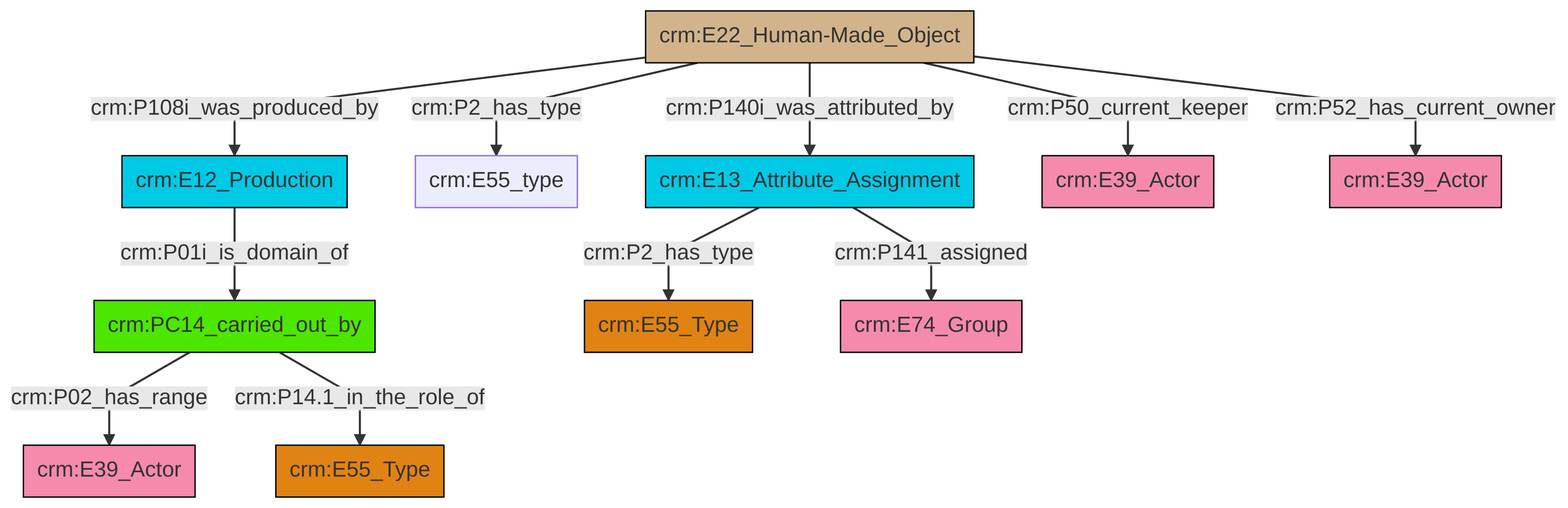
Above: et/artworkCSV/ttl/mmd/png/Artwork_Actor_Relations.png in swiss-art-research-net/reference-data-models (Mermaid), before the change. Its source is kept beside it as et/artworkCSV/ttl/mmd/Artwork_Actor_Relations.ttl.mmd.
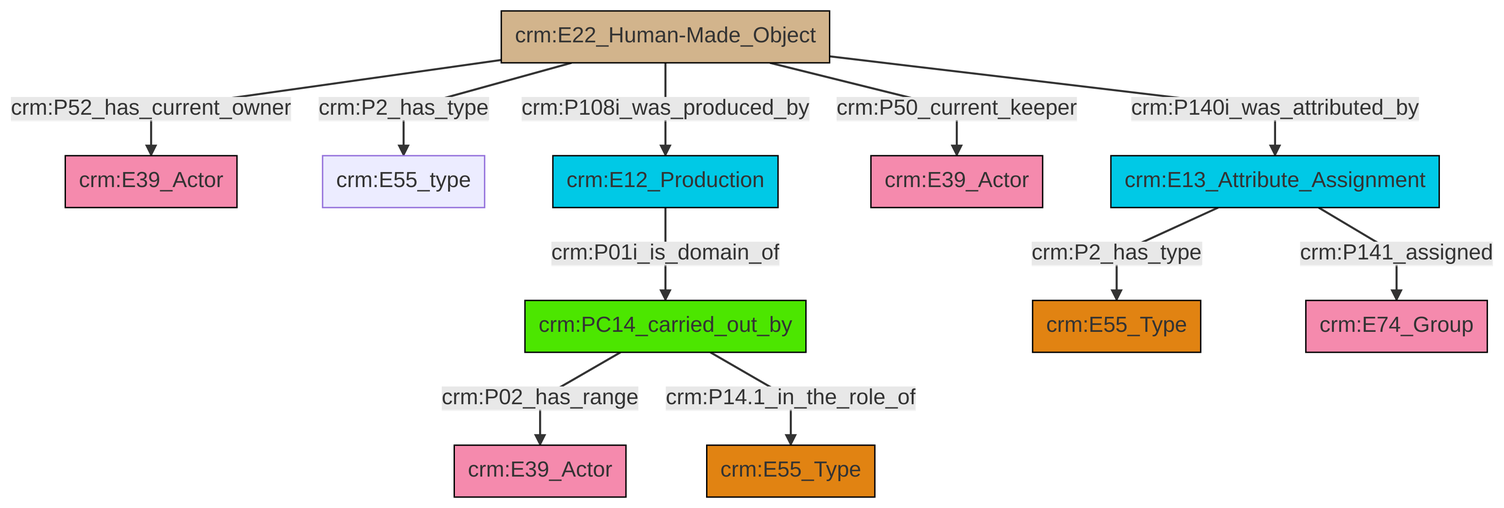
After the change.

What changed in the source:
```diff
@@ -13,13 +13,13 @@
 classDef PC_Classes fill:#4ce600, stroke:#000000;
 classDef Multi fill:#cccccc,stroke:#000000;
 
-2["crm:E12_Production"]:::Temporal_Entity -->|crm:P01i_is_domain_of| 3["crm:PC14_carried_out_by"]:::PC_Classes
-0["crm:E22_Human-Made_Object"]:::Physical_Thing -->|crm:P140i_was_attributed_by| 8["crm:E13_Attribute_Assignment"]:::Temporal_Entity
-8["crm:E13_Attribute_Assignment"]:::Temporal_Entity -->|crm:P141_assigned| 14["crm:E74_Group"]:::Actor
-3["crm:PC14_carried_out_by"]:::PC_Classes -->|crm:P02_has_range| 9["crm:E39_Actor"]:::Actor
-0["crm:E22_Human-Made_Object"]:::Physical_Thing -->|crm:P108i_was_produced_by| 2["crm:E12_Production"]:::Temporal_Entity
-0["crm:E22_Human-Made_Object"]:::Physical_Thing -->|crm:P50_current_keeper| 15["crm:E39_Actor"]:::Actor
-0["crm:E22_Human-Made_Object"]:::Physical_Thing -->|crm:P2_has_type| 4["crm:E55_type"]:::Default
-0["crm:E22_Human-Made_Object"]:::Physical_Thing -->|crm:P52_has_current_owner| 17["crm:E39_Actor"]:::Actor
-8["crm:E13_Attribute_Assignment"]:::Temporal_Entity -->|crm:P2_has_type| 6["crm:E55_Type"]:::Type
-3["crm:PC14_carried_out_by"]:::PC_Classes -->|crm:P14.1_in_the_role_of| 11["crm:E55_Type"]:::Type
+2["crm:E13_Attribute_Assignment"]:::Temporal_Entity -->|crm:P2_has_type| 3["crm:E55_Type"]:::Type
+4["crm:PC14_carried_out_by"]:::PC_Classes -->|crm:P02_has_range| 5["crm:E39_Actor"]:::Actor
+0["crm:E22_Human-Made_Object"]:::Physical_Thing -->|crm:P52_has_current_owner| 6["crm:E39_Actor"]:::Actor
+2["crm:E13_Attribute_Assignment"]:::Temporal_Entity -->|crm:P141_assigned| 9["crm:E74_Group"]:::Actor
+4["crm:PC14_carried_out_by"]:::PC_Classes -->|crm:P14.1_in_the_role_of| 10["crm:E55_Type"]:::Type
+0["crm:E22_Human-Made_Object"]:::Physical_Thing -->|crm:P2_has_type| 7["crm:E55_type"]:::Default
+0["crm:E22_Human-Made_Object"]:::Physical_Thing -->|crm:P108i_was_produced_by| 11["crm:E12_Production"]:::Temporal_Entity
+0["crm:E22_Human-Made_Object"]:::Physical_Thing -->|crm:P50_current_keeper| 13["crm:E39_Actor"]:::Actor
+11["crm:E12_Production"]:::Temporal_Entity -->|crm:P01i_is_domain_of| 4["crm:PC14_carried_out_by"]:::PC_Classes
+0["crm:E22_Human-Made_Object"]:::Physical_Thing -->|crm:P140i_was_attributed_by| 2["crm:E13_Attribute_Assignment"]:::Temporal_Entity
```
